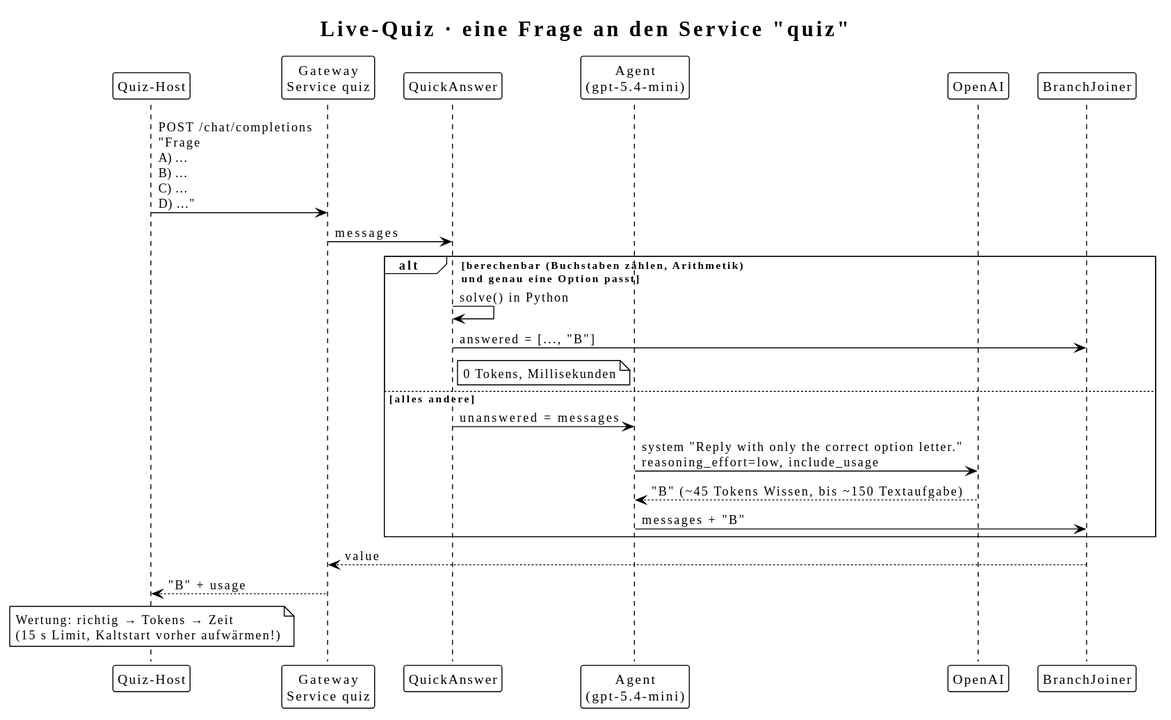
Earlier version of the PlantUML export docs/diagrams/live-question.svg (ma3u/hacknight).
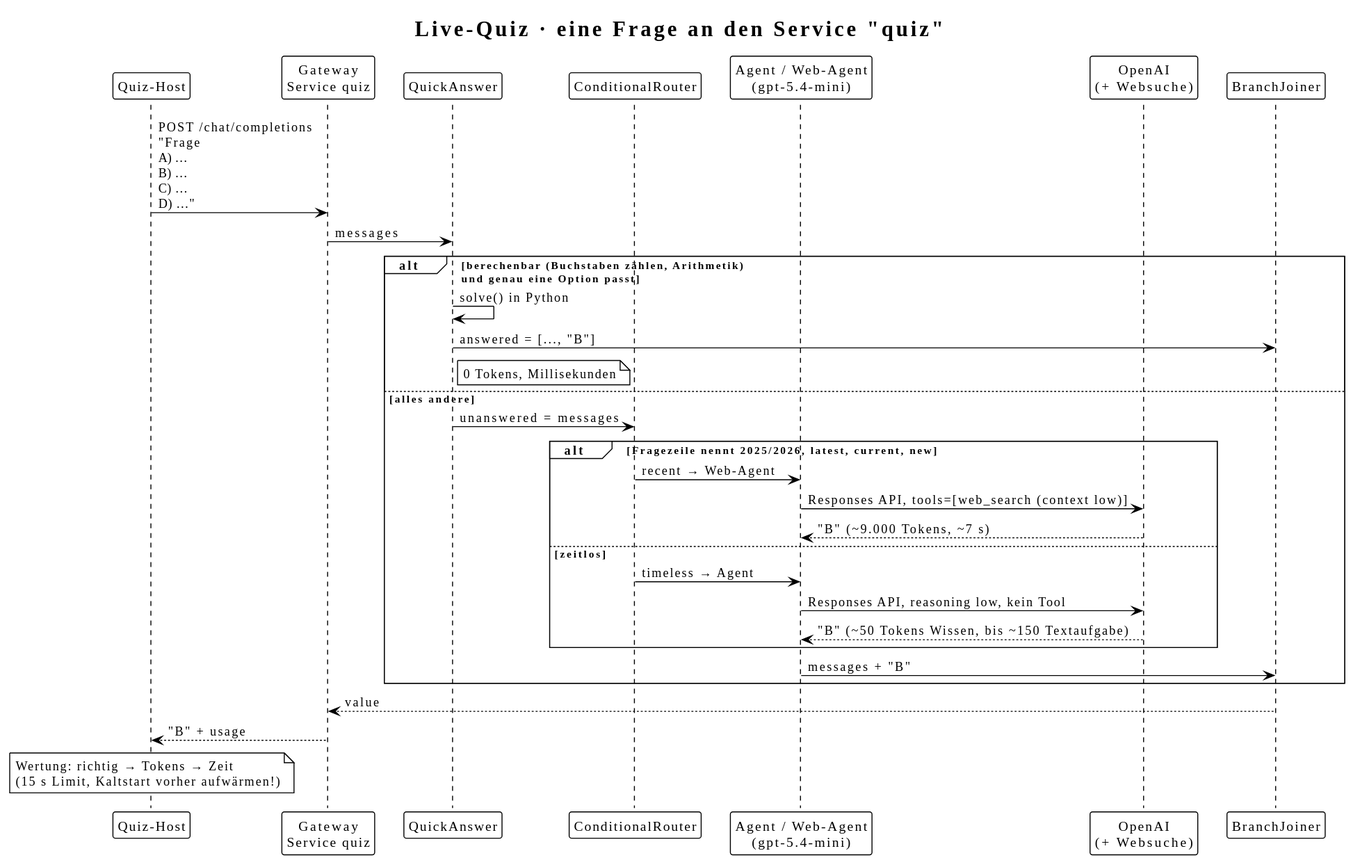
The same file after the commit.

The edit, as a diff of the source:
```diff
@@ -6,8 +6,9 @@
 participant "Quiz-Host" as Host
 participant "Gateway\nService quiz" as GW
 participant "QuickAnswer" as QA
-participant "Agent\n(gpt-5.4-mini)" as Agent
-participant "OpenAI" as OAI
+participant "ConditionalRouter" as Router
+participant "Agent / Web-Agent\n(gpt-5.4-mini)" as Agent
+participant "OpenAI\n(+ Websuche)" as OAI
 participant "BranchJoiner" as Join
 
 Host -> GW : POST /chat/completions\n"Frage\nA) …\nB) …\nC) …\nD) …"
@@ -17,9 +18,16 @@
   QA -> Join : answered = [..., "B"]
   note right of QA : 0 Tokens, Millisekunden
 else alles andere
-  QA -> Agent : unanswered = messages
-  Agent -> OAI : system "Reply with only the correct option letter."\nreasoning_effort=low, include_usage
-  OAI --> Agent : "B" (~45 Tokens Wissen, bis ~150 Textaufgabe)
+  QA -> Router : unanswered = messages
+  alt Fragezeile nennt 2025/2026, latest, current, new
+    Router -> Agent : recent → Web-Agent
+    Agent -> OAI : Responses API, tools=[web_search (context low)]
+    OAI --> Agent : "B" (~9.000 Tokens, ~7 s)
+  else zeitlos
+    Router -> Agent : timeless → Agent
+    Agent -> OAI : Responses API, reasoning low, kein Tool
+    OAI --> Agent : "B" (~50 Tokens Wissen, bis ~150 Textaufgabe)
+  end
   Agent -> Join : messages + "B"
 end
 Join --> GW : value
```
